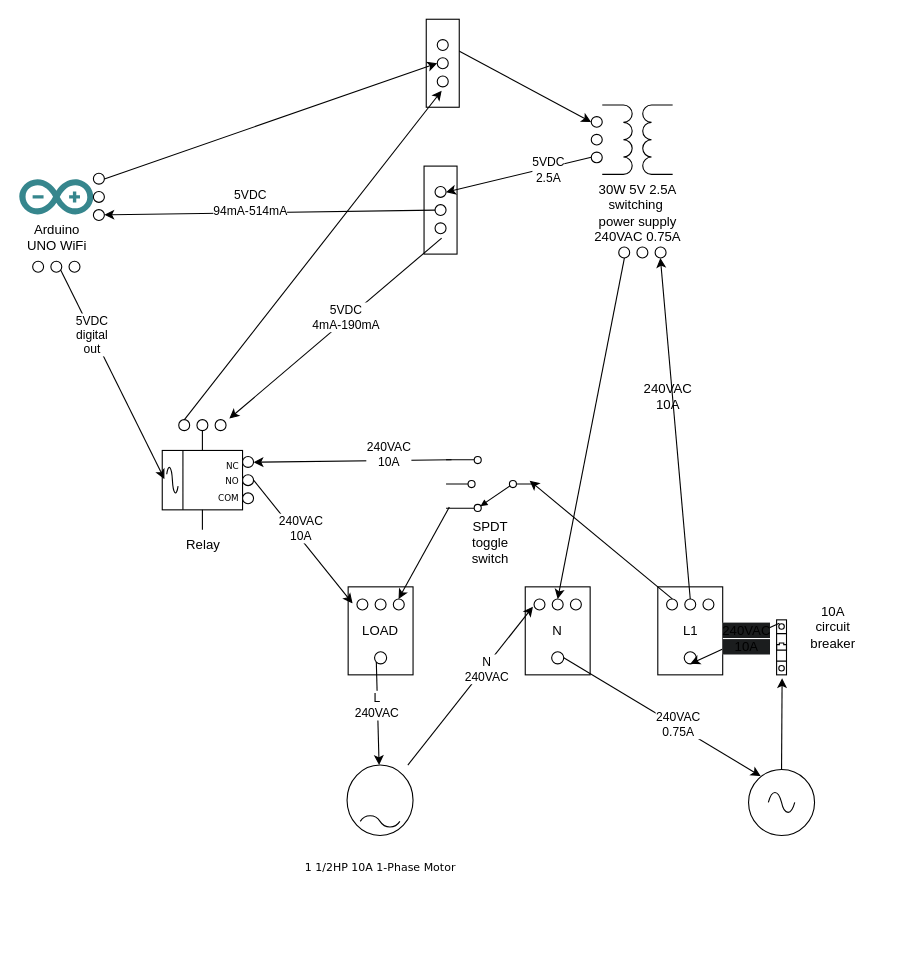
The draw.io diagram docs/design-drawings-electrical.drawio in SeaGuy/raindance, before the edit. Source tidied: cells renumbered, new cells numbered last; positions are measured from the earlier drawing's top-left corner, leaving out a move shared by most shapes. Both pictures are drawn from the tidied source at 110%, with x=0, y=0 at pixel (19, 19).
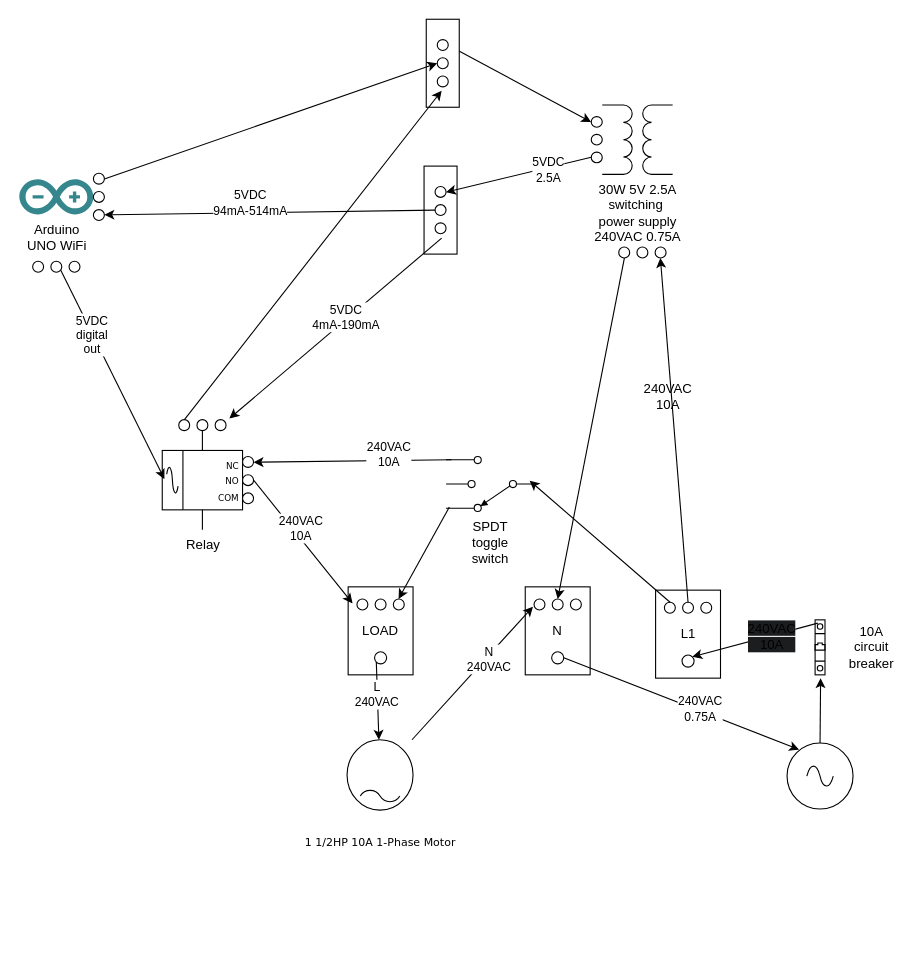
The same page after the edit.

Commit message (it also covers changes not shown here):
changed defaults for zones=3 and duration=30 on SwiftUI; changed electrical wiring diagram

The change refers to these unchanged cells:
```xml
<mxCell id="22" style="ellipse;whiteSpace=wrap;html=1;direction=north;" parent="20" vertex="1">
  <mxGeometry x="24" y="59" width="11" height="11" as="geometry" />
</mxCell>
```

What changed in the source:
```diff
@@
     <mxCell id="4" style="verticalLabelPosition=bottom;shadow=0;dashed=0;align=center;html=1;verticalAlign=top;shape=mxgraph.electrical.signal_sources.source;points=[[0,0.5,0,0,0],[0.5,0,0,0,0],[0.5,1,0,0,0],[0.86,0.16,0,0,0],[0.86,0.85,0,0,0],[1,0.5,0,0,0]];elSignalType=ac;" parent="1" vertex="1">
-      <mxGeometry x="663" y="682" width="60" height="60" as="geometry" />
+      <mxGeometry x="698" y="658" width="60" height="60" as="geometry" />
     </mxCell>
     <mxCell id="5" value="&lt;p&gt;&lt;font style=&quot;font-size: 10px;&quot; face=&quot;Verdana&quot;&gt;&lt;br&gt;&lt;/font&gt;&lt;/p&gt;&lt;p&gt;&lt;font style=&quot;font-size: 10px;&quot; face=&quot;Verdana&quot;&gt;1 1/2HP&amp;nbsp;&lt;/font&gt;&lt;span style=&quot;background-color: initial; font-family: Verdana; font-size: 10px;&quot;&gt;10A&amp;nbsp;&lt;/span&gt;&lt;span style=&quot;background-color: initial; font-family: Verdana; font-size: 10px;&quot;&gt;1-Phase Motor&lt;/span&gt;&lt;/p&gt;" style="dashed=0;outlineConnect=0;align=center;html=1;shape=mxgraph.pid.engines.electric_motor_(ac);fontSize=45;" parent="1" vertex="1">
-      <mxGeometry x="298" y="678" width="60" height="64" as="geometry" />
+      <mxGeometry x="298" y="655" width="60" height="64" as="geometry" />
     </mxCell>
@@
     <mxCell id="20" style="group;" parent="1" vertex="1">
-      <mxGeometry x="580.5" y="516" width="59" height="80" as="geometry" />
+      <mxGeometry x="578.5" y="519" width="59" height="80" as="geometry" />
     </mxCell>
@@
     <mxCell id="57" style="verticalLabelPosition=bottom;dashed=0;shadow=0;html=1;align=center;verticalAlign=top;shape=mxgraph.cabinets.cb_1p;" parent="1" vertex="1">
-      <mxGeometry x="688.5" y="546" width="9" height="50" as="geometry" />
+      <mxGeometry x="723.5" y="546" width="9" height="50" as="geometry" />
     </mxCell>
-    <mxCell id="58" style="endArrow=classic;html=1;rounded=0;exitX=0.278;exitY=0.06;exitDx=0;exitDy=0;exitPerimeter=0;entryX=0;entryY=0.5;entryDx=0;entryDy=0;" parent="1" edge="1" source="57" target="22">
+    <mxCell id="58" style="endArrow=classic;html=1;rounded=0;exitX=0.278;exitY=0.06;exitDx=0;exitDy=0;exitPerimeter=0;entryX=1;entryY=1;entryDx=0;entryDy=0;" parent="1" edge="1" source="57" target="22">
       <mxGeometry relative="1" as="geometry" />
     </mxCell>
@@
     <mxCell id="60" value="&lt;div&gt;10A&lt;/div&gt;&lt;div&gt;circuit&lt;/div&gt;&lt;div&gt;breaker&lt;/div&gt;" style="text;html=1;align=center;verticalAlign=middle;whiteSpace=wrap;rounded=0;" parent="1" vertex="1">
-      <mxGeometry x="710" y="538" width="60" height="30" as="geometry" />
+      <mxGeometry x="745" y="556" width="60" height="30" as="geometry" />
     </mxCell>
```
